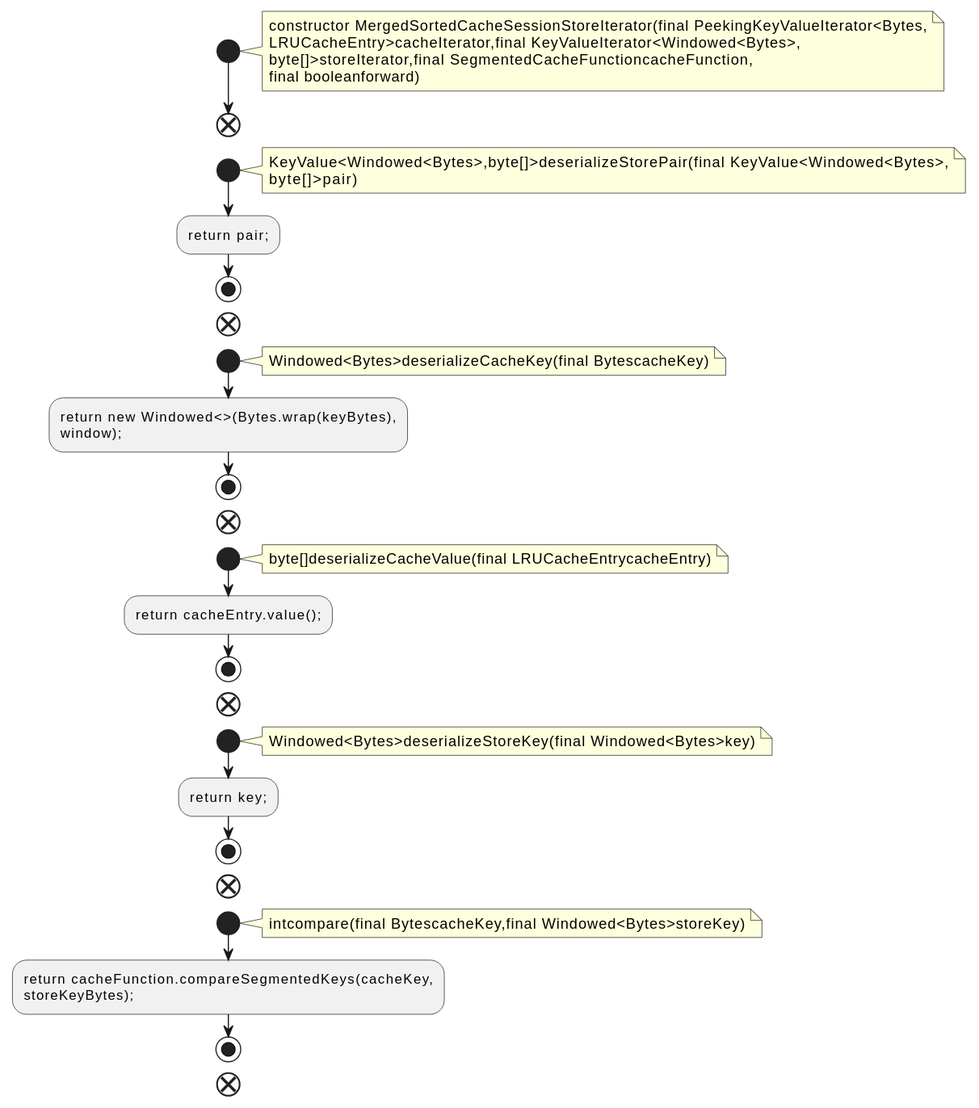
The PlantUML diagram docs/qc/streams/src/main/java/org/apache/kafka/streams/state/internals/MergedSortedCacheSessionStoreIterator.java.fct.svg in qualitesys/kafka, before a commit.
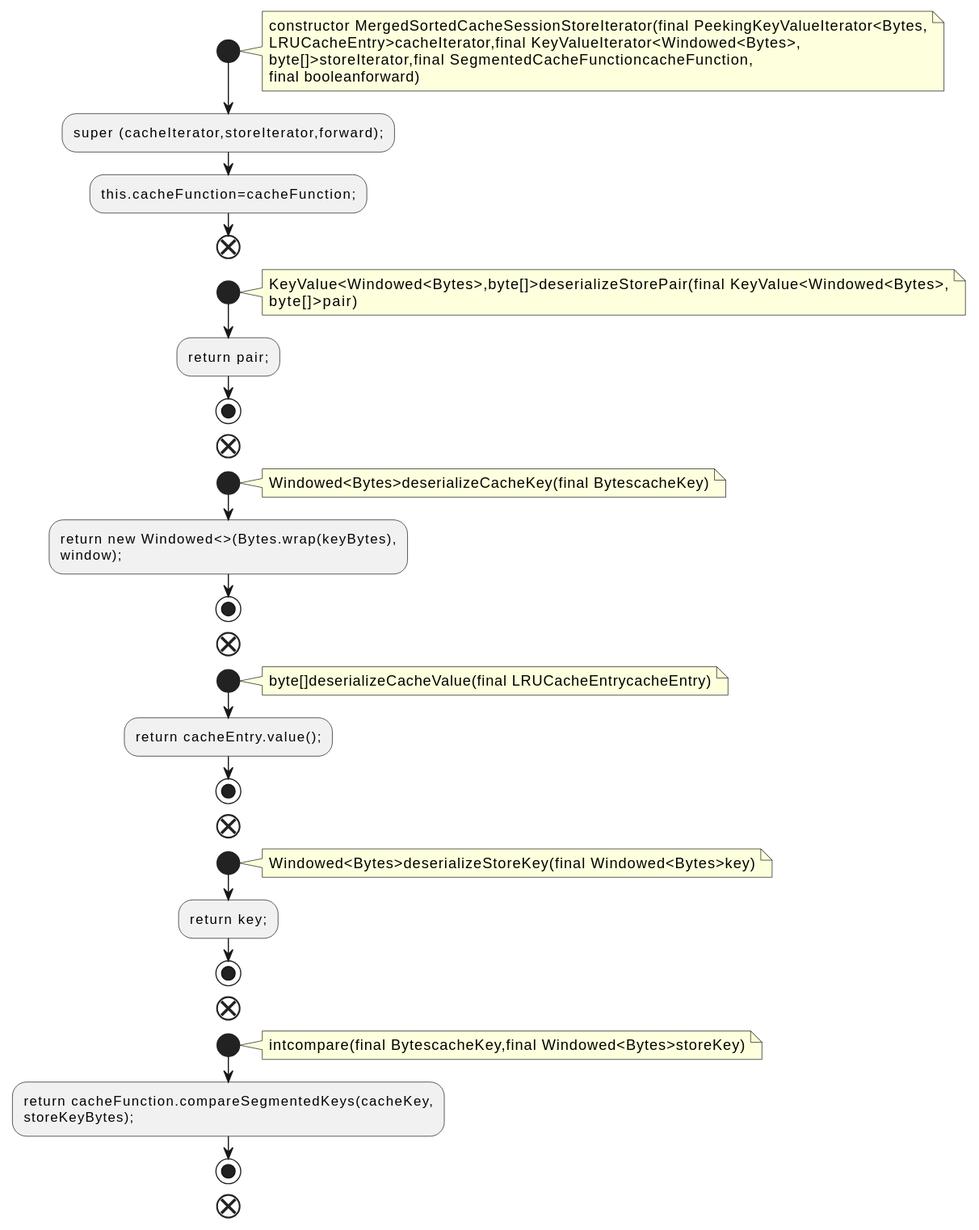
Above is the later version.

Change to the diagram source:
```diff
@@ -7,6 +7,8 @@
 byte[]>storeIterator,final SegmentedCacheFunctioncacheFunction,
 final booleanforward)
 end note
+:super (cacheIterator,storeIterator,forward);;
+:this.cacheFunction=cacheFunction;;
 end
 start
 note right
```
